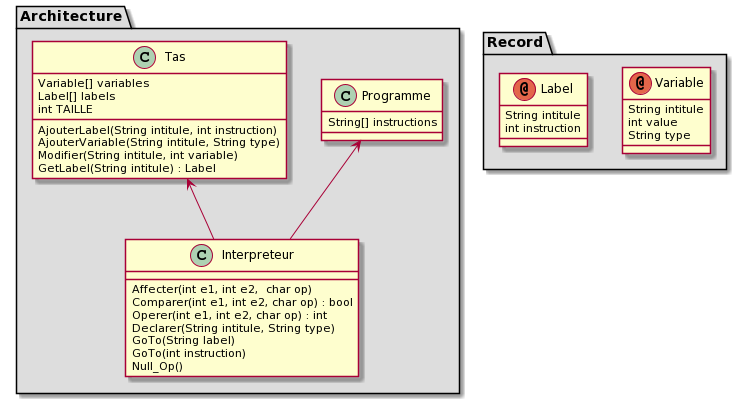
This is doc/images/architecture.png from Damsien/Dato, a PlantUML export, as it was before one commit. Its diagram source:
```plantuml
@startuml
package "Architecture" #DDDDDD {

class Programme {
String[] instructions
}

class Tas {
Variable[] variables
Label[] labels
int TAILLE

AjouterLabel(String intitule, int instruction)
AjouterVariable(String intitule, String type)
Modifier(String intitule, int variable)
GetLabel(String intitule) : Label
}

class Interpreteur {
Affecter(int e1, int e2,  char op)
Comparer(int e1, int e2, char op) : bool
Operer(int e1, int e2, char op) : int
Declarer(String intitule, String type)
GoTo(String label)
GoTo(int instruction)
Null_Op()
}


Programme <-- Interpreteur
Tas <-- Interpreteur

}

package "Record" #DDDDDD {

annotation Variable {
String intitule
int value
String type
}

annotation Label {
String intitule
int instruction
}

}
@enduml
```
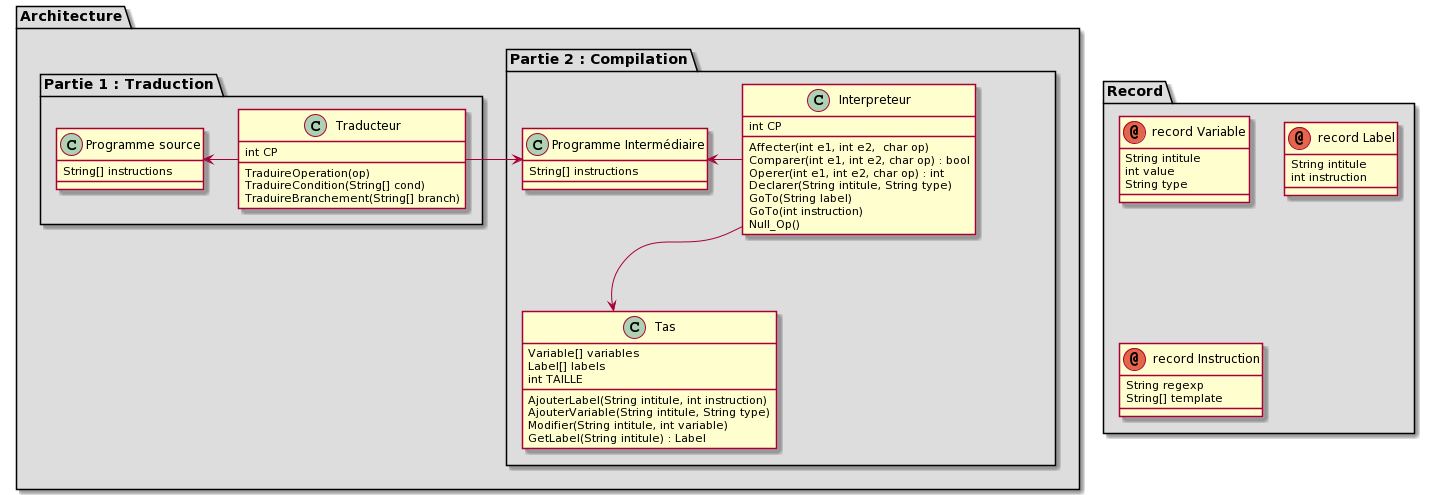
The same diagram one commit later.

The edit, as a diff of the source:
```diff
@@ -1,7 +1,10 @@
 @startuml
 package "Architecture" #DDDDDD {
 
-class Programme {
+
+package "Partie 2 : Compilation" #DDDDDD {
+
+class "Programme Intermédiaire" {
 String[] instructions
 }
 
@@ -17,6 +20,8 @@
 }
 
 class Interpreteur {
+int CP
+
 Affecter(int e1, int e2,  char op)
 Comparer(int e1, int e2, char op) : bool
 Operer(int e1, int e2, char op) : int
@@ -26,24 +31,49 @@
 Null_Op()
 }
 
+Interpreteur --> Tas : "\t\t\t\t\t\t\t\t\t\t\t\t\t\t\t"
+"Programme Intermédiaire" <- Interpreteur
 
-Programme <-- Interpreteur
-Tas <-- Interpreteur
 
+}
+
+package "Partie 1 : Traduction" #DDDDDD {
+
+class "Programme source" {
+String[] instructions
+}
+
+class Traducteur {
+int CP
+TraduireOperation(op)
+TraduireCondition(String[] cond)
+TraduireBranchement(String[] branch)
+}
+
+"Programme source" <- Traducteur
+Traducteur -> "Programme Intermédiaire"
+
+
+}
 }
 
 package "Record" #DDDDDD {
 
-annotation Variable {
+annotation " record Variable" {
 String intitule
 int value
 String type
 }
 
-annotation Label {
+annotation " record Label" {
 String intitule
 int instruction
 }
 
+annotation " record Instruction" {
+String regexp
+String[] template
+}
+
 }
 @enduml
```
